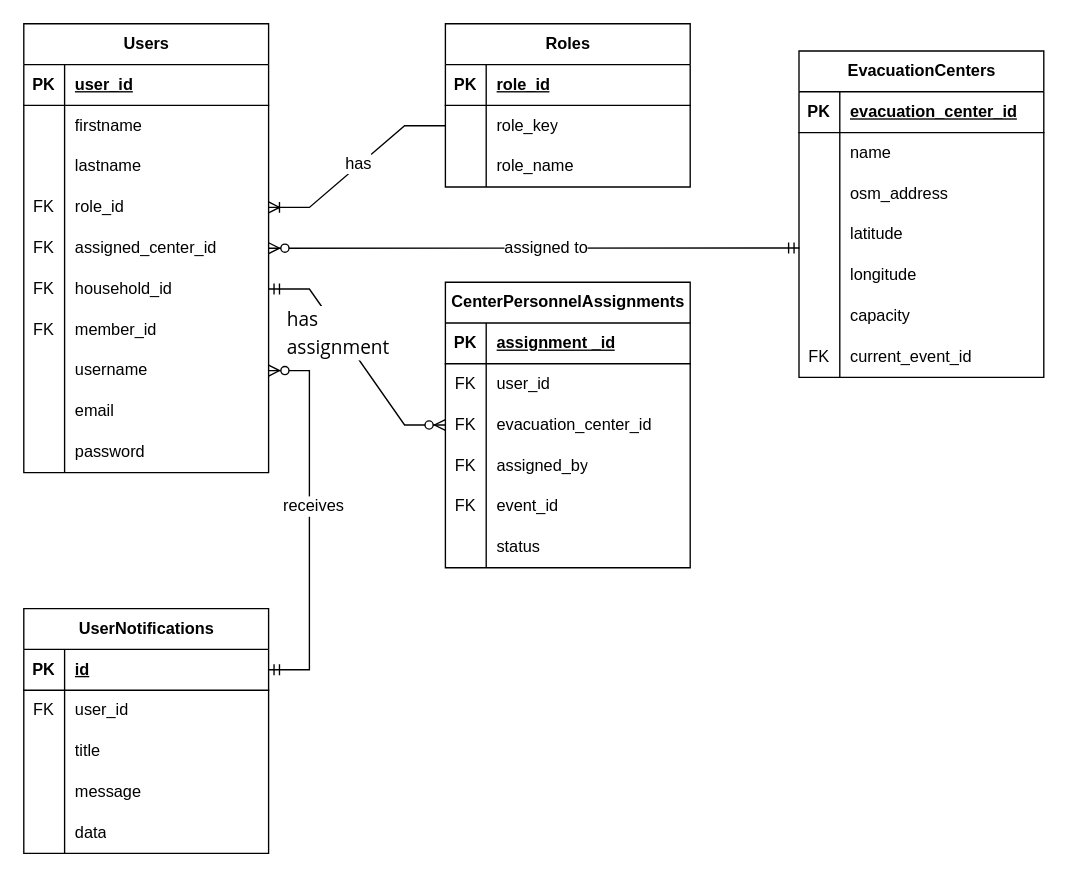
Earlier version of the draw.io diagram page "ERD" (3 of 3) of docs/sys.drawio (klint-droid/EvaTrack). Source tidied: cells renumbered, new cells numbered last; positions are measured from the earlier drawing's top-left corner, leaving out a move shared by most shapes. Both pictures are drawn from the tidied source at 136%, with x=0, y=0 at pixel (23, 23).
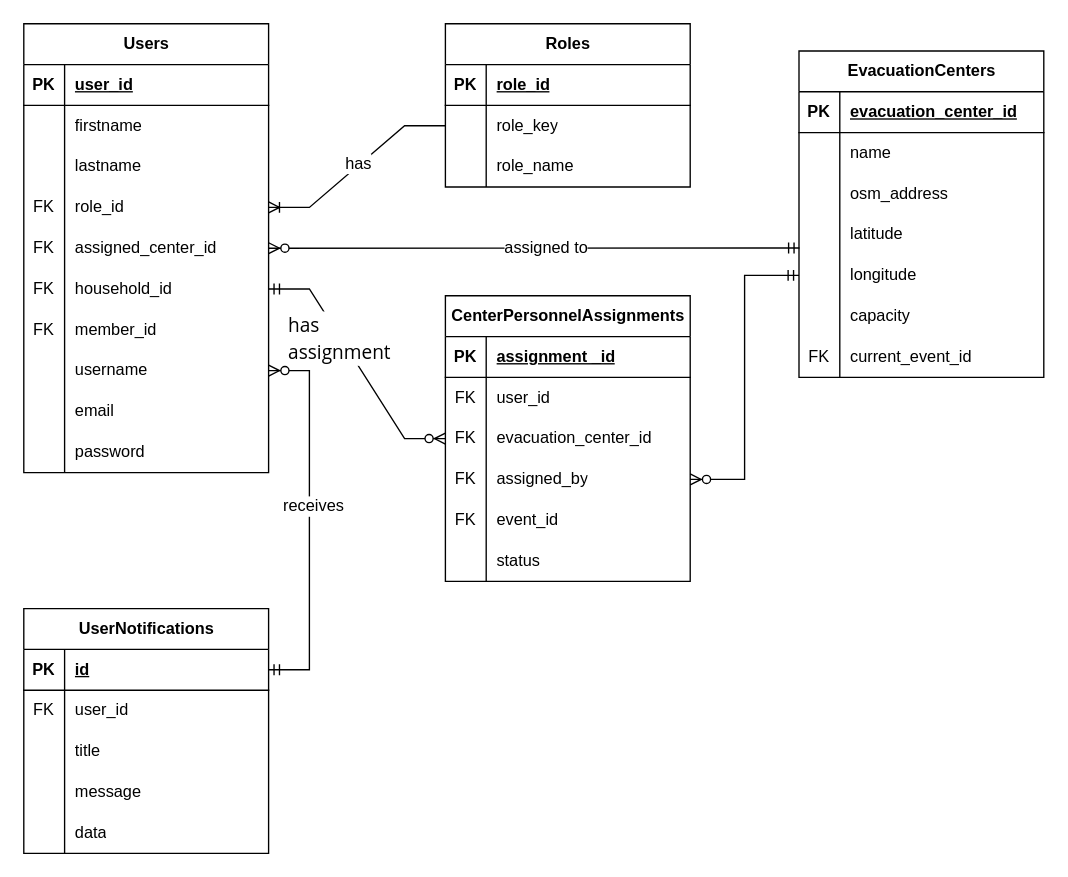
After the change.

The change refers to these unchanged cells:
```xml
<mxCell id="55" style="shape=tableRow;horizontal=0;startSize=0;swimlaneHead=0;swimlaneBody=0;fillColor=none;points=[[0,0.5],[1,0.5]];portConstraint=eastwest;top=0;left=0;right=0;bottom=0;" parent="45" vertex="1">
  <mxGeometry y="120" width="180" height="30" as="geometry" />
</mxCell>
<mxCell id="97" style="shape=tableRow;horizontal=0;startSize=0;swimlaneHead=0;swimlaneBody=0;fillColor=none;points=[[0,0.5],[1,0.5]];portConstraint=eastwest;top=0;left=0;right=0;bottom=0;" parent="84" vertex="1">
  <mxGeometry y="150" width="180" height="30" as="geometry" />
</mxCell>
```

Diff of the diagram source:
```diff
@@
     <mxCell id="45" value="CenterPersonnelAssignments" style="shape=table;startSize=30;childLayout=tableLayout;rowLines=0;fontStyle=1;align=center;html=1;" parent="1" vertex="1">
-      <mxGeometry x="310" y="190" width="180" height="210" as="geometry" />
+      <mxGeometry x="310" y="200" width="180" height="210" as="geometry" />
     </mxCell>
@@
+    <mxCell id="108" style="fontSize=12;html=1;endArrow=ERzeroToMany;startArrow=ERmandOne;rounded=0;defaultLabelBackgroundColor=page;labelPadding=0 4;edgeStyle=orthogonalEdgeStyle;exitX=0;exitY=0.5;exitDx=0;exitDy=0;" parent="1" edge="1" source="97" target="55">
+      <mxGeometry x="0.51" relative="1" as="geometry" />
+    </mxCell>
```
